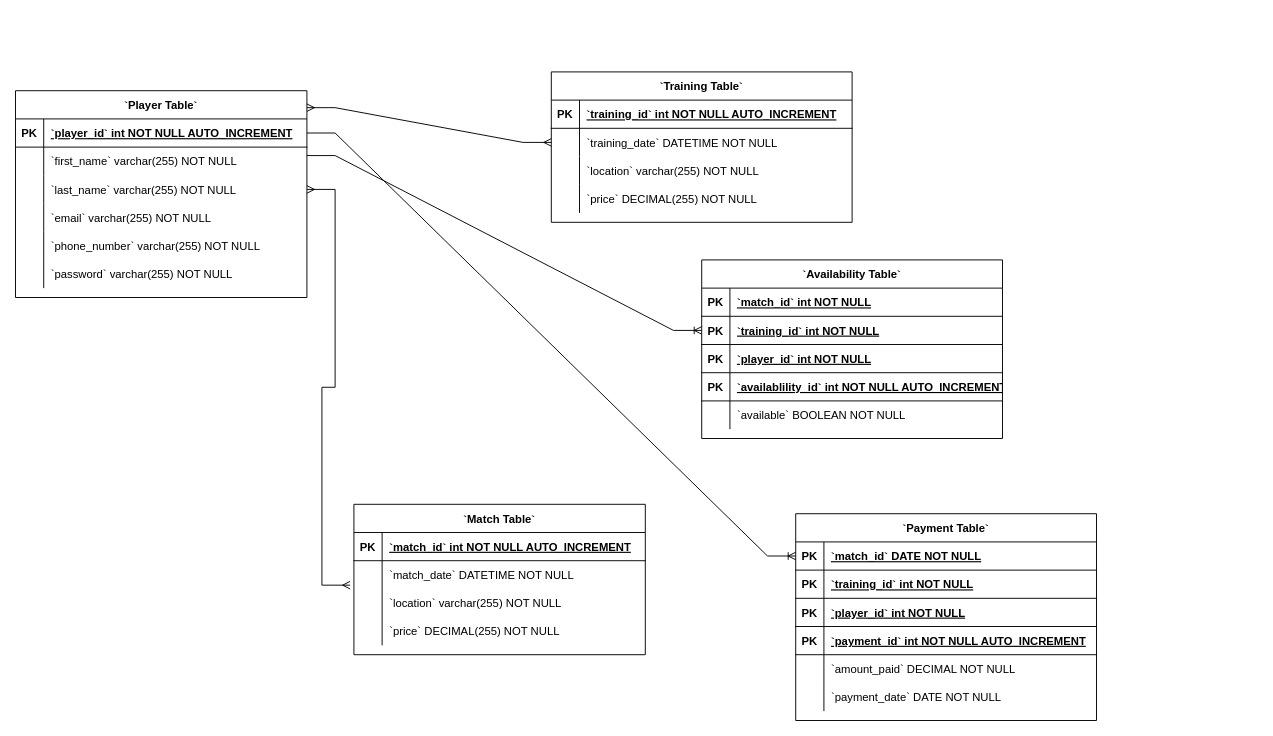
The draw.io diagram Untitled Diagram.drawio in grahamjones97/coursework2, before the edit. Source tidied: cells renumbered, new cells numbered last; positions are measured from the earlier drawing's top-left corner, leaving out a move shared by most shapes. Both pictures are drawn from the tidied source at 94%, with x=0, y=0 at pixel (15, 71).
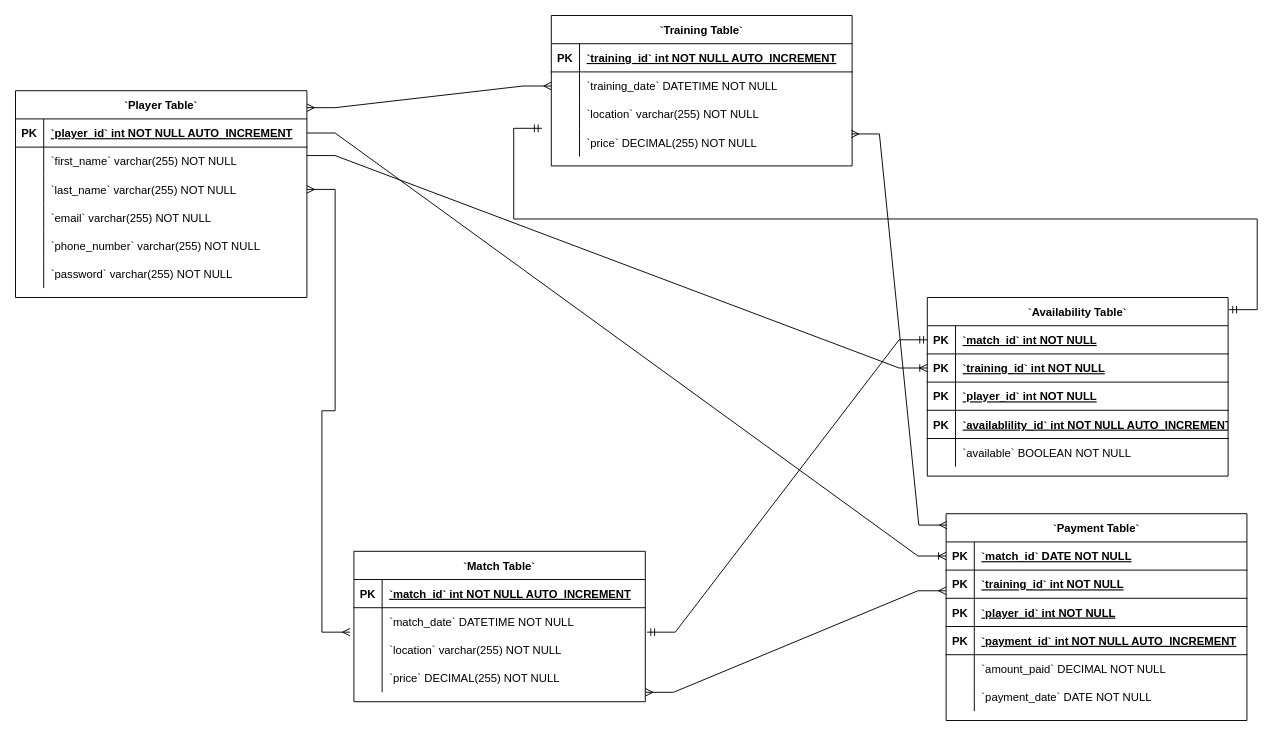
Above is the later version.

The change refers to these unchanged cells:
```xml
<mxCell id="12" style="shape=tableRow;horizontal=0;startSize=0;swimlaneHead=0;swimlaneBody=0;fillColor=none;points=[[0,0.5],[1,0.5]];portConstraint=eastwest;top=0;left=0;right=0;bottom=0;" parent="2" vertex="1">
  <mxGeometry y="120" width="320" height="30" as="geometry" />
</mxCell>
<mxCell id="22" style="shape=tableRow;horizontal=0;startSize=0;swimlaneHead=0;swimlaneBody=0;fillColor=none;points=[[0,0.5],[1,0.5]];portConstraint=eastwest;top=0;left=0;right=0;bottom=0;" parent="15" vertex="1">
  <mxGeometry y="90" width="310" height="30" as="geometry" />
</mxCell>
<mxCell id="51" style="shape=tableRow;horizontal=0;startSize=0;swimlaneHead=0;swimlaneBody=0;fillColor=none;points=[[0,0.5],[1,0.5]];portConstraint=eastwest;top=0;left=0;right=0;bottom=1;" parent="47" vertex="1">
  <mxGeometry y="60" width="320" height="30" as="geometry" />
</mxCell>
<mxCell id="67" style="shape=tableRow;horizontal=0;startSize=0;swimlaneHead=0;swimlaneBody=0;fillColor=none;points=[[0,0.5],[1,0.5]];portConstraint=eastwest;top=0;left=0;right=0;bottom=1;" parent="66" vertex="1">
  <mxGeometry y="30" width="320" height="30" as="geometry" />
</mxCell>
```

Change to the diagram source:
```diff
@@
     <mxCell id="2" value="`Training Table`" style="shape=table;startSize=30;childLayout=tableLayout;rowLines=0;fontStyle=1;align=center;" parent="1" vertex="1">
-      <mxGeometry x="570" width="320" height="160" as="geometry" />
+      <mxGeometry x="570" y="-60" width="320" height="160" as="geometry" />
     </mxCell>
@@
     <mxCell id="15" value="`Match Table`" style="shape=table;startSize=30;childLayout=tableLayout;rowLines=0;fontStyle=1;align=center;" parent="1" vertex="1">
-      <mxGeometry x="360" y="460" width="310" height="160" as="geometry" />
+      <mxGeometry x="360" y="510" width="310" height="160" as="geometry" />
     </mxCell>
@@
     <mxCell id="47" value="`Payment Table`" style="shape=table;startSize=30;childLayout=tableLayout;rowLines=0;fontStyle=1;align=center;" parent="1" vertex="1">
-      <mxGeometry x="830" y="470" width="320" height="220" as="geometry" />
+      <mxGeometry x="990" y="470" width="320" height="220" as="geometry" />
     </mxCell>
@@
     <mxCell id="66" value="`Availability Table`" style="shape=table;startSize=30;childLayout=tableLayout;rowLines=0;fontStyle=1;align=center;" parent="1" vertex="1">
-      <mxGeometry x="730" y="200" width="320" height="190" as="geometry" />
+      <mxGeometry x="970" y="240" width="320" height="190" as="geometry" />
     </mxCell>
@@
+    <mxCell id="86" style="edgeStyle=entityRelationEdgeStyle;fontSize=12;html=1;endArrow=ERmandOne;startArrow=ERmandOne;rounded=0;exitX=1.006;exitY=-0.133;exitDx=0;exitDy=0;exitPerimeter=0;" parent="1" edge="1" source="22" target="67">
+      <mxGeometry relative="1" as="geometry" />
+    </mxCell>
+    <mxCell id="87" style="edgeStyle=entityRelationEdgeStyle;fontSize=12;html=1;endArrow=ERmandOne;startArrow=ERmandOne;rounded=0;exitX=1.003;exitY=0.068;exitDx=0;exitDy=0;exitPerimeter=0;" parent="1" edge="1" source="66">
+      <mxGeometry relative="1" as="geometry">
+        <mxPoint x="560" y="60" as="targetPoint" />
+      </mxGeometry>
+    </mxCell>
+    <mxCell id="88" style="edgeStyle=entityRelationEdgeStyle;fontSize=12;html=1;endArrow=ERmany;startArrow=ERmany;rounded=0;entryX=0;entryY=0.733;entryDx=0;entryDy=0;entryPerimeter=0;" parent="1" edge="1" target="51">
+      <mxGeometry relative="1" as="geometry">
+        <mxPoint x="670" y="660" as="sourcePoint" />
+      </mxGeometry>
+    </mxCell>
+    <mxCell id="89" style="edgeStyle=entityRelationEdgeStyle;fontSize=12;html=1;endArrow=ERmany;startArrow=ERmany;rounded=0;entryX=0.003;entryY=0.055;entryDx=0;entryDy=0;entryPerimeter=0;exitX=0.997;exitY=0.2;exitDx=0;exitDy=0;exitPerimeter=0;" parent="1" edge="1" source="12" target="47">
+      <mxGeometry relative="1" as="geometry" />
+    </mxCell>
```
